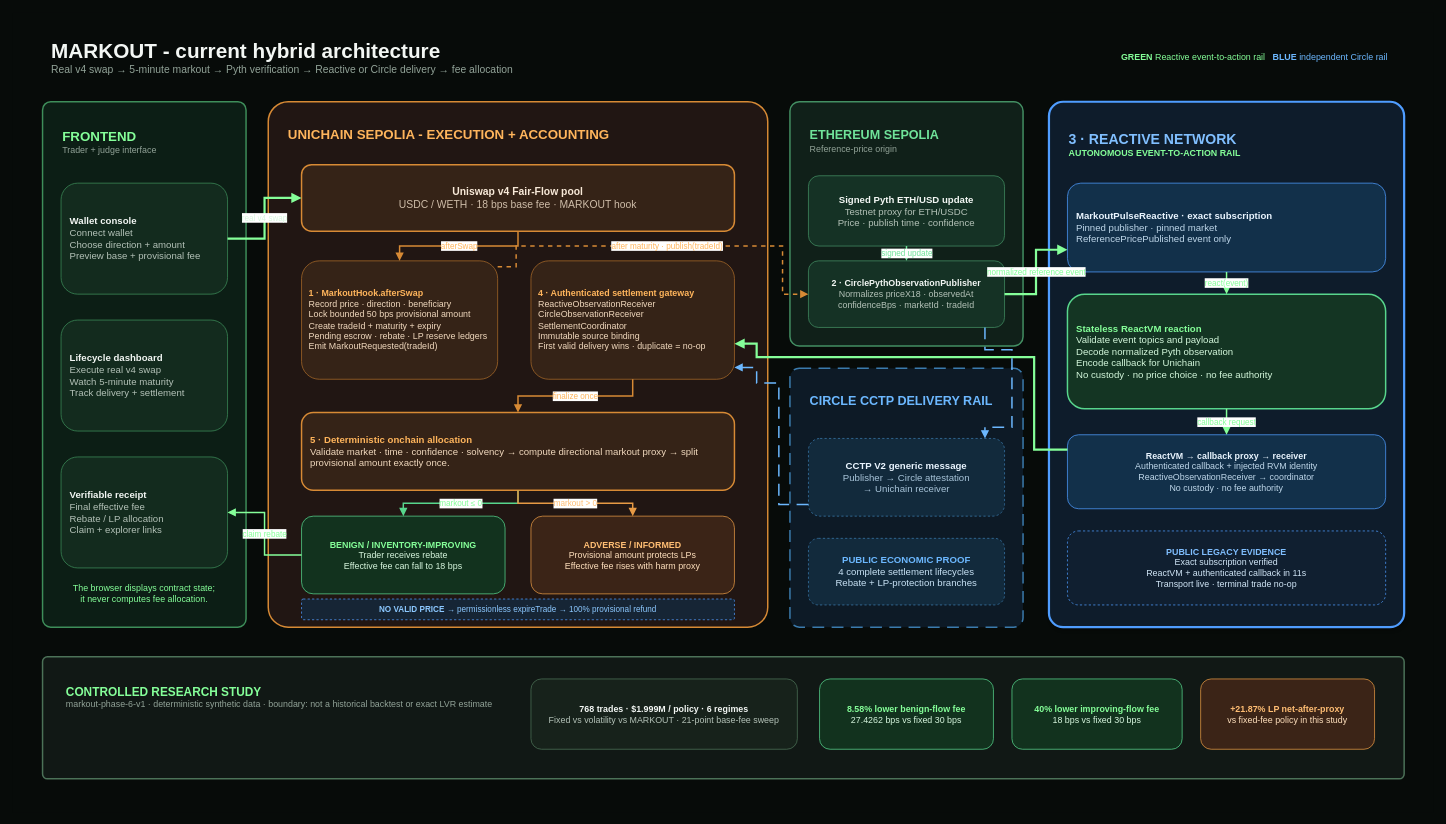
Above: page "01 Complete Architecture" (1 of 2) of docs/diagrams/MARKOUT_ARCHITECTURE.drawio in RudraBhaskar9439/markout-hook (draw.io), before the change. Source tidied: cells renumbered, new cells numbered last; positions are measured from the earlier drawing's top-left corner, leaving out a move shared by most shapes. Both pictures are drawn from the tidied source at 74%, with x=0, y=0 at pixel (13, 13).
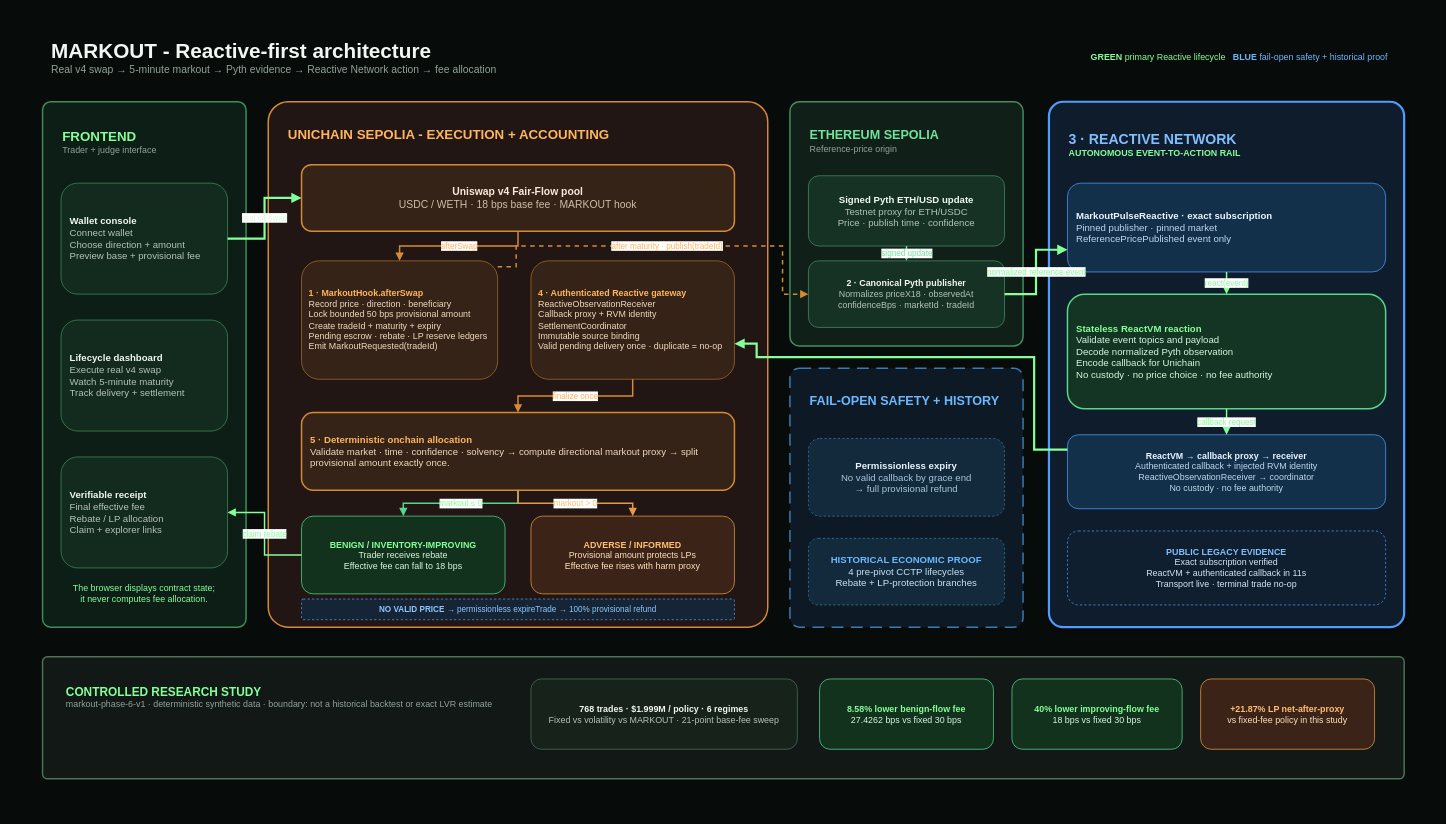
After the change.

What changed in the source:
```diff
@@
-    <mxCell id="3" value="&lt;font color=&quot;#F3F7F4&quot; style=&quot;font-size: 28px;&quot;&gt;&lt;b&gt;MARKOUT - current hybrid architecture&lt;/b&gt;&lt;/font&gt;&lt;br&gt;&lt;font color=&quot;#92A398&quot; style=&quot;font-size: 14px;&quot;&gt;Real v4 swap → 5-minute markout → Pyth verification → Reactive or Circle delivery → fee allocation&lt;/font&gt;" style="text;html=1;align=left;verticalAlign=middle;whiteSpace=wrap;rounded=0;" parent="1" vertex="1">
+    <mxCell id="3" value="&lt;font color=&quot;#F3F7F4&quot; style=&quot;font-size: 28px;&quot;&gt;&lt;b&gt;MARKOUT - Reactive-first architecture&lt;/b&gt;&lt;/font&gt;&lt;br&gt;&lt;font color=&quot;#92A398&quot; style=&quot;font-size: 14px;&quot;&gt;Real v4 swap → 5-minute markout → Pyth evidence → Reactive Network action → fee allocation&lt;/font&gt;" style="text;html=1;align=left;verticalAlign=middle;whiteSpace=wrap;rounded=0;" parent="1" vertex="1">
       <mxGeometry x="50" y="25" width="1000" height="70" as="geometry" />
     </mxCell>
-    <mxCell id="4" value="&lt;font color=&quot;#85FF99&quot;&gt;&lt;b&gt;GREEN&lt;/b&gt; Reactive event-to-action rail&lt;/font&gt;&amp;nbsp;&amp;nbsp;&amp;nbsp;&lt;font color=&quot;#6CB8FF&quot;&gt;&lt;b&gt;BLUE&lt;/b&gt; independent Circle rail&lt;/font&gt;" style="text;html=1;align=right;verticalAlign=middle;whiteSpace=wrap;rounded=0;" parent="1" vertex="1">
+    <mxCell id="4" value="&lt;font color=&quot;#85FF99&quot;&gt;&lt;b&gt;GREEN&lt;/b&gt; primary Reactive lifecycle&lt;/font&gt;&amp;nbsp;&amp;nbsp;&amp;nbsp;&lt;font color=&quot;#6CB8FF&quot;&gt;&lt;b&gt;BLUE&lt;/b&gt; fail-open safety + historical proof&lt;/font&gt;" style="text;html=1;align=right;verticalAlign=middle;whiteSpace=wrap;rounded=0;" parent="1" vertex="1">
       <mxGeometry x="1210" y="40" width="650" height="40" as="geometry" />
     </mxCell>
@@
-    <mxCell id="15" value="&lt;font color=&quot;#FFB55C&quot;&gt;&lt;b&gt;4 · Authenticated settlement gateway&lt;/b&gt;&lt;/font&gt;&lt;br&gt;&lt;font color=&quot;#F1D9BE&quot;&gt;ReactiveObservationReceiver&lt;br&gt;CircleObservationReceiver&lt;br&gt;SettlementCoordinator&lt;br&gt;Immutable source binding&lt;br&gt;First valid delivery wins · duplicate = no-op&lt;/font&gt;" style="rounded=1;whiteSpace=wrap;html=1;fillColor=#352317;strokeColor=#A96A29;fontSize=12;spacing=10;align=left;" parent="1" vertex="1">
+    <mxCell id="15" value="&lt;font color=&quot;#FFB55C&quot;&gt;&lt;b&gt;4 · Authenticated Reactive gateway&lt;/b&gt;&lt;/font&gt;&lt;br&gt;&lt;font color=&quot;#F1D9BE&quot;&gt;ReactiveObservationReceiver&lt;br&gt;Callback proxy + RVM identity&lt;br&gt;SettlementCoordinator&lt;br&gt;Immutable source binding&lt;br&gt;Valid pending delivery once · duplicate = no-op&lt;/font&gt;" style="rounded=1;whiteSpace=wrap;html=1;fillColor=#352317;strokeColor=#A96A29;fontSize=12;spacing=10;align=left;" parent="1" vertex="1">
       <mxGeometry x="700" y="335" width="275" height="160" as="geometry" />
     </mxCell>
@@
-    <mxCell id="23" value="&lt;font color=&quot;#F3F7F4&quot;&gt;&lt;b&gt;2 · CirclePythObservationPublisher&lt;/b&gt;&lt;/font&gt;&lt;br&gt;&lt;font color=&quot;#B4C2B8&quot;&gt;Normalizes priceX18 · observedAt&lt;br&gt;confidenceBps · marketId · tradeId&lt;/font&gt;" style="rounded=1;whiteSpace=wrap;html=1;fillColor=#153225;strokeColor=#438F63;fontSize=12;align=center;" parent="1" vertex="1">
+    <mxCell id="23" value="&lt;font color=&quot;#F3F7F4&quot;&gt;&lt;b&gt;2 · Canonical Pyth publisher&lt;/b&gt;&lt;/font&gt;&lt;br&gt;&lt;font color=&quot;#B4C2B8&quot;&gt;Normalizes priceX18 · observedAt&lt;br&gt;confidenceBps · marketId · tradeId&lt;/font&gt;" style="rounded=1;whiteSpace=wrap;html=1;fillColor=#153225;strokeColor=#438F63;fontSize=12;align=center;" parent="1" vertex="1">
       <mxGeometry x="1075" y="335" width="265" height="90" as="geometry" />
     </mxCell>
@@
-    <mxCell id="25" value="&lt;font color=&quot;#6CB8FF&quot; style=&quot;font-size: 17px;&quot;&gt;&lt;b&gt;CIRCLE CCTP DELIVERY RAIL&lt;/b&gt;&lt;/font&gt;" style="text;html=1;align=left;verticalAlign=middle;whiteSpace=wrap;" parent="1" vertex="1">
+    <mxCell id="25" value="&lt;font color=&quot;#6CB8FF&quot; style=&quot;font-size: 17px;&quot;&gt;&lt;b&gt;FAIL-OPEN SAFETY + HISTORY&lt;/b&gt;&lt;/font&gt;" style="text;html=1;align=left;verticalAlign=middle;whiteSpace=wrap;" parent="1" vertex="1">
       <mxGeometry x="1075" y="505" width="265" height="40" as="geometry" />
     </mxCell>
-    <mxCell id="26" value="&lt;font color=&quot;#EAF5FF&quot;&gt;&lt;b&gt;CCTP V2 generic message&lt;/b&gt;&lt;/font&gt;&lt;br&gt;&lt;font color=&quot;#A9C5DA&quot;&gt;Publisher → Circle attestation&lt;br&gt;→ Unichain receiver&lt;/font&gt;" style="rounded=1;whiteSpace=wrap;html=1;fillColor=#122A3C;strokeColor=#3B7BAD;dashed=1;fontSize=13;align=center;" parent="1" vertex="1">
+    <mxCell id="26" value="&lt;font color=&quot;#EAF5FF&quot;&gt;&lt;b&gt;Permissionless expiry&lt;/b&gt;&lt;/font&gt;&lt;br&gt;&lt;font color=&quot;#A9C5DA&quot;&gt;No valid callback by grace end&lt;br&gt;→ full provisional refund&lt;/font&gt;" style="rounded=1;whiteSpace=wrap;html=1;fillColor=#122A3C;strokeColor=#3B7BAD;dashed=1;fontSize=13;align=center;" parent="1" vertex="1">
       <mxGeometry x="1075" y="575" width="265" height="105" as="geometry" />
     </mxCell>
-    <mxCell id="27" value="&lt;font color=&quot;#6CB8FF&quot;&gt;&lt;b&gt;PUBLIC ECONOMIC PROOF&lt;/b&gt;&lt;/font&gt;&lt;br&gt;&lt;font color=&quot;#C8E2F5&quot;&gt;4 complete settlement lifecycles&lt;br&gt;Rebate + LP-protection branches&lt;/font&gt;" style="rounded=1;whiteSpace=wrap;html=1;fillColor=#122A3C;strokeColor=#3B7BAD;dashed=1;fontSize=13;align=center;" parent="1" vertex="1">
+    <mxCell id="27" value="&lt;font color=&quot;#6CB8FF&quot;&gt;&lt;b&gt;HISTORICAL ECONOMIC PROOF&lt;/b&gt;&lt;/font&gt;&lt;br&gt;&lt;font color=&quot;#C8E2F5&quot;&gt;4 pre-pivot CCTP lifecycles&lt;br&gt;Rebate + LP-protection branches&lt;/font&gt;" style="rounded=1;whiteSpace=wrap;html=1;fillColor=#122A3C;strokeColor=#3B7BAD;dashed=1;fontSize=13;align=center;" parent="1" vertex="1">
       <mxGeometry x="1075" y="710" width="265" height="90" as="geometry" />
     </mxCell>
@@
-    <mxCell id="48" style="edgeStyle=orthogonalEdgeStyle;rounded=0;html=1;strokeColor=#6CB8FF;strokeWidth=2;dashed=1;dashPattern=8 5;endArrow=block;endFill=1;exitX=0.9;exitY=1;entryX=0.9;entryY=0;" parent="1" edge="1" source="23" target="26">
-      <mxGeometry relative="1" as="geometry">
-        <Array as="points">
-          <mxPoint x="1350" y="455" />
-          <mxPoint x="1350" y="560" />
-        </Array>
-      </mxGeometry>
-    </mxCell>
-    <mxCell id="49" style="edgeStyle=orthogonalEdgeStyle;rounded=0;html=1;strokeColor=#6CB8FF;strokeWidth=2;dashed=1;dashPattern=8 5;endArrow=block;endFill=1;exitX=0;exitY=0.85;entryX=1;entryY=0.9;" parent="1" edge="1" source="26" target="15">
-      <mxGeometry relative="1" as="geometry">
-        <Array as="points">
-          <mxPoint x="1035" y="664" />
-          <mxPoint x="1035" y="500" />
-          <mxPoint x="1005" y="500" />
-          <mxPoint x="1005" y="479" />
-        </Array>
-      </mxGeometry>
-    </mxCell>
```
